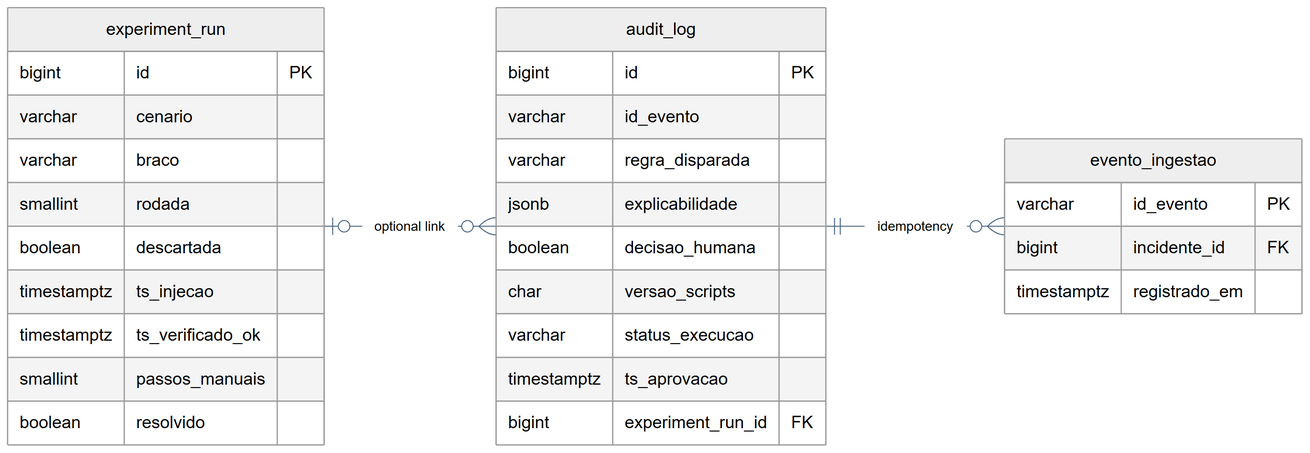
Earlier version of the Mermaid export docs/diagrams/data_model_overview.png (cfrans/polaris-dss). Its source is kept beside it as docs/diagrams/data_model_overview.mmd.
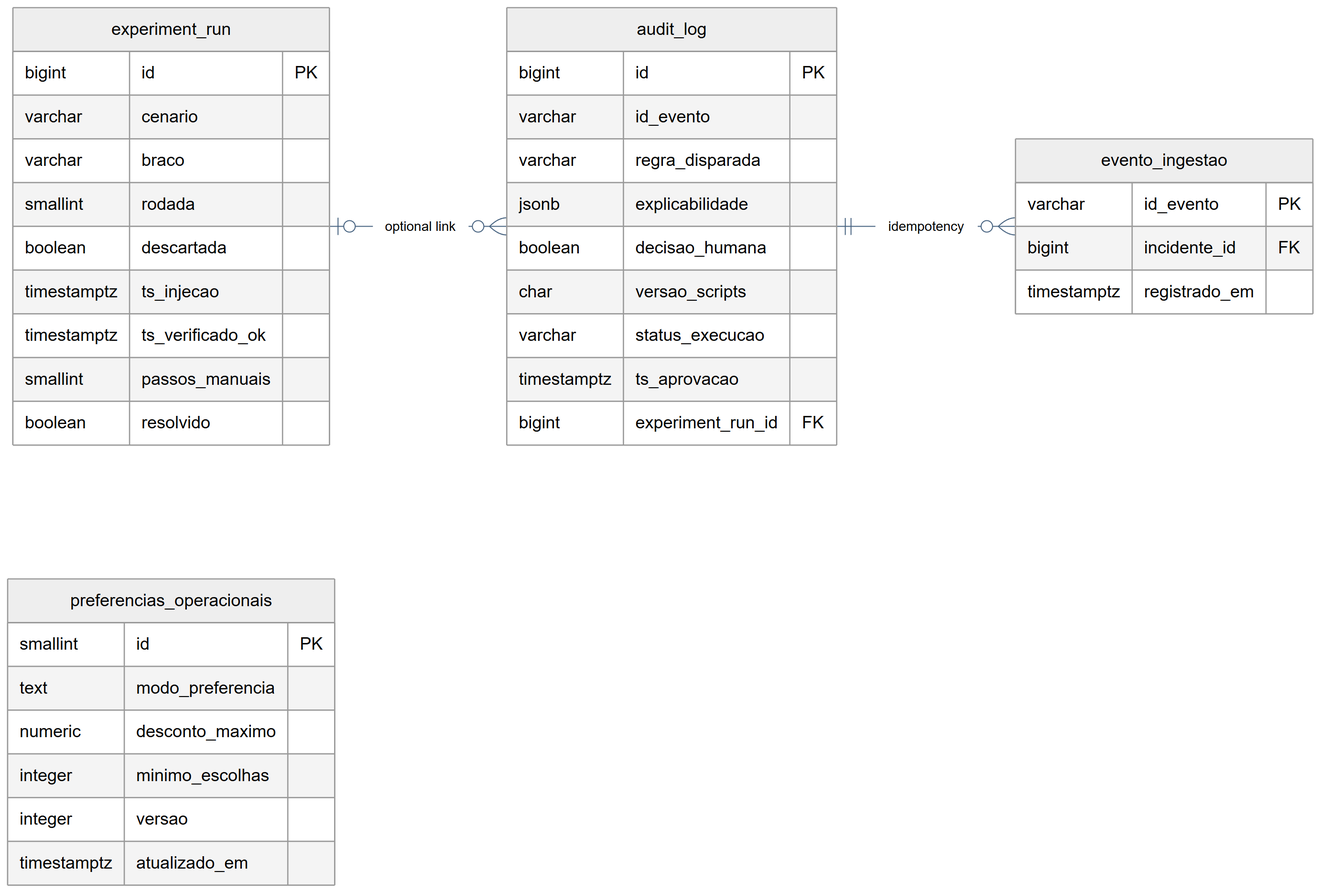
After the change.

Change to the diagram source:
```diff
@@ -29,3 +29,11 @@
     bigint incidente_id FK
     timestamptz registrado_em
   }
+  preferencias_operacionais {
+    smallint id PK
+    text modo_preferencia
+    numeric desconto_maximo
+    integer minimo_escolhas
+    integer versao
+    timestamptz atualizado_em
+  }
```
